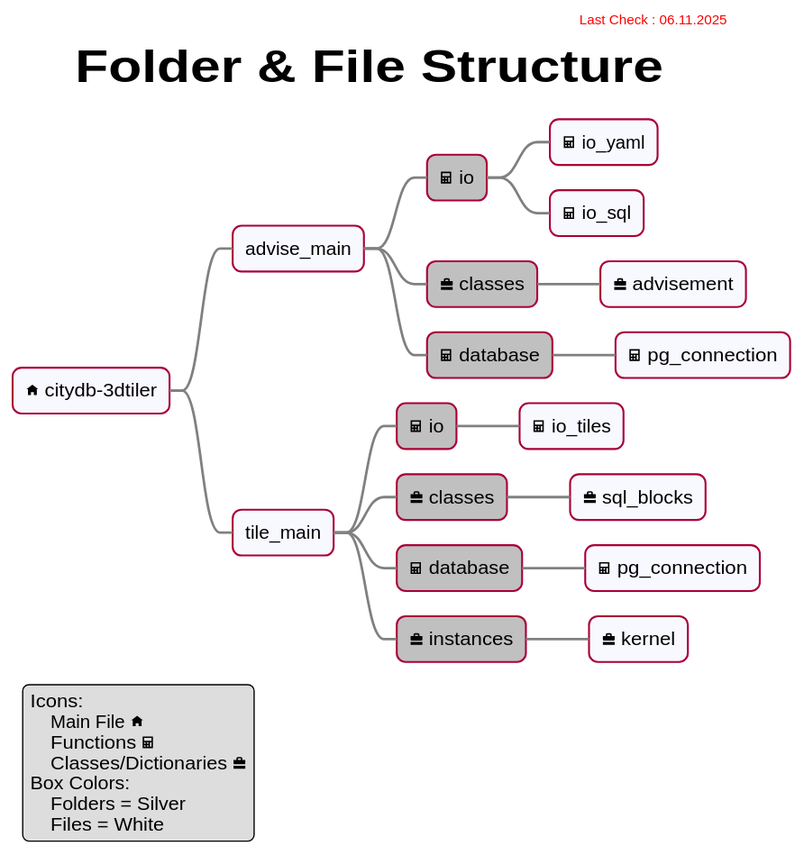
tum-gis/citydb-3dtiler keeps this PlantUML diagram as docs/images/app_mapp.svg. Above is the earlier version.
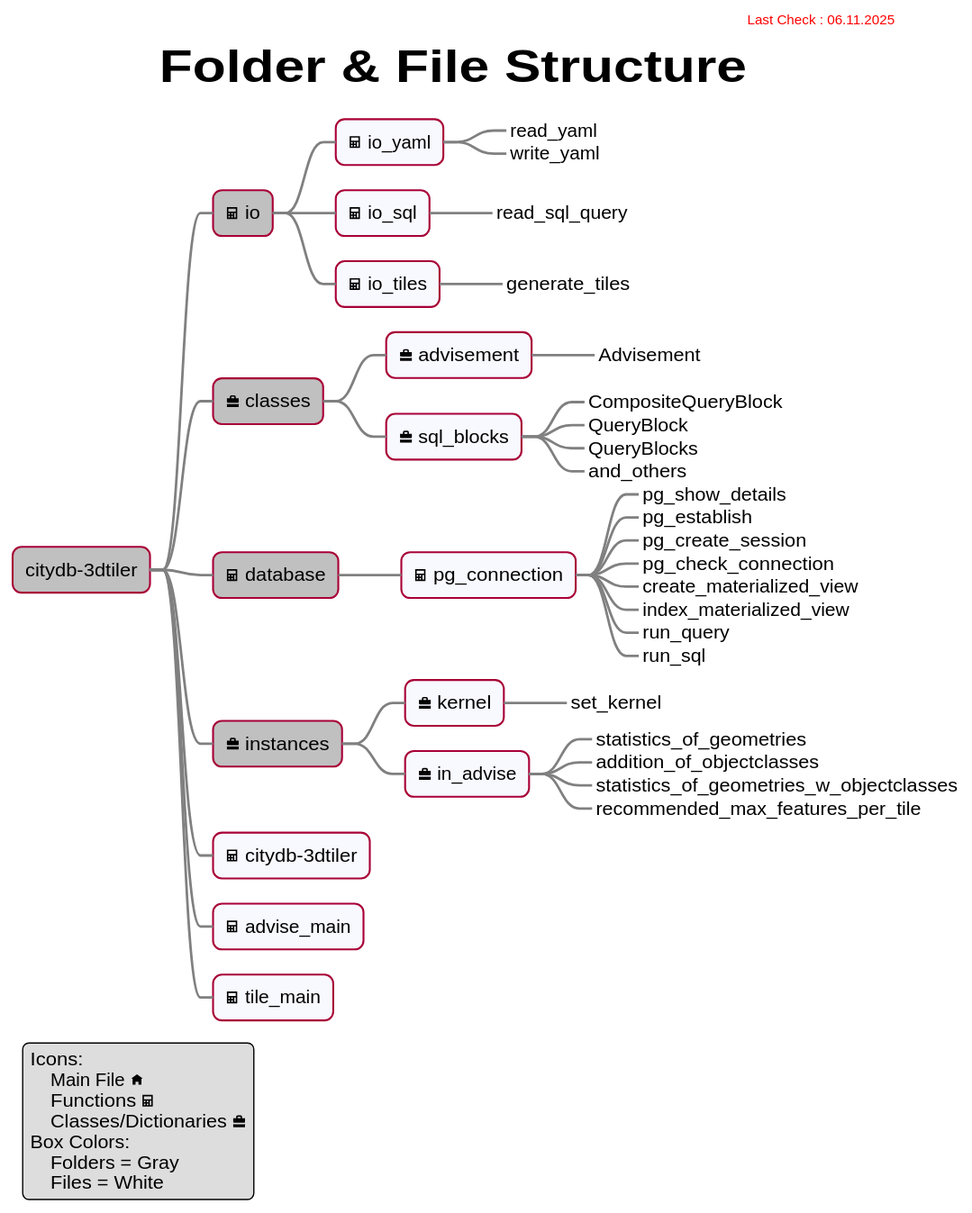
The same diagram one commit later.

Diff of the diagram source:
```diff
@@ -40,24 +40,47 @@
 <font color=red size=10> Last Check : 06.11.2025</font>
 endheader
 
-*[#ghostwhite] <&home> citydb-3dtiler
-**[#ghostwhite] advise_main
-***[#silver] <&calculator> io
-****[#ghostwhite] <&calculator> io_yaml
-****[#ghostwhite] <&calculator> io_sql
-***[#silver] <&briefcase> classes
-****[#ghostwhite] <&briefcase> advisement
-***[#silver] <&calculator> database
-****[#ghostwhite] <&calculator> pg_connection
-**[#ghostwhite] tile_main
-***[#silver] <&calculator> io
-****[#ghostwhite] <&calculator> io_tiles
-***[#silver] <&briefcase> classes
-****[#ghostwhite] <&briefcase> sql_blocks
-***[#silver] <&calculator> database
-****[#ghostwhite] <&calculator> pg_connection
-***[#silver] <&briefcase> instances
-****[#ghostwhite] <&briefcase> kernel
+*[#silver] citydb-3dtiler
+**[#silver] <&calculator> io
+***[#ghostwhite] <&calculator> io_yaml
+****_ read_yaml
+****_ write_yaml
+***[#ghostwhite] <&calculator> io_sql
+****_ read_sql_query
+***[#ghostwhite] <&calculator> io_tiles
+****_ generate_tiles
+**[#silver] <&briefcase> classes
+***[#ghostwhite] <&briefcase> advisement
+****_ Advisement
+***[#ghostwhite] <&briefcase> sql_blocks
+****_ CompositeQueryBlock
+****_ QueryBlock
+****_ QueryBlocks
+****_ and_others
+**[#silver] <&calculator> database
+***[#ghostwhite] <&calculator> pg_connection
+****_ pg_show_details
+****_ pg_establish
+****_ pg_create_session
+****_ pg_check_connection
+****_ create_materialized_view
+****_ index_materialized_view
+****_ run_query
+****_ run_sql
+**[#silver] <&briefcase> instances
+***[#ghostwhite] <&briefcase> kernel
+****_ set_kernel
+***[#ghostwhite] <&briefcase> in_advise
+****_ statistics_of_geometries
+****_ addition_of_objectclasses
+****_ statistics_of_geometries_w_objectclasses
+****_ recommended_max_features_per_tile
+**[#ghostwhite] <&calculator> citydb-3dtiler
+**[#ghostwhite] <&calculator> advise_main
+**[#ghostwhite] <&calculator> tile_main
+
+
+
 
 legend left
     Icons:
@@ -65,7 +88,7 @@
         Functions <&calculator>
         Classes/Dictionaries <&briefcase>
     Box Colors:
-        Folders = Silver
+        Folders = Gray
         Files = White
 endlegend
 
```
